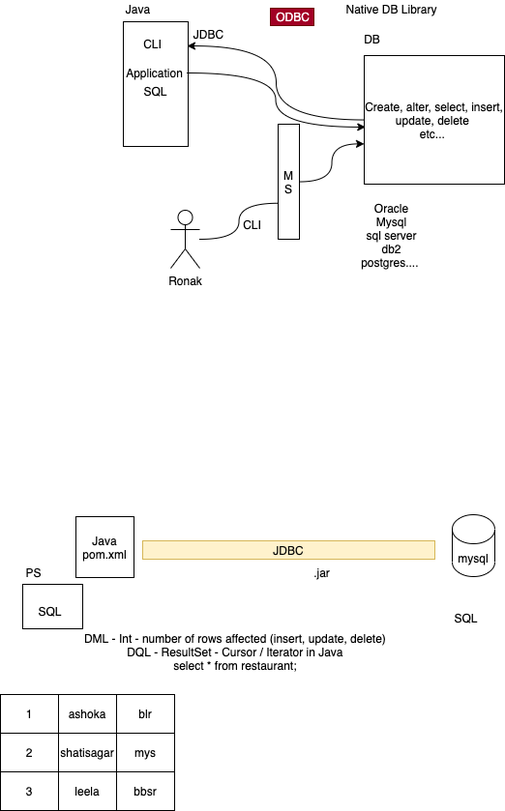
Above: images/day10.drawio.png in adithnaveen/sapient-freshers-aem-oct-2021 (draw.io), before the change. Source tidied: cells renumbered, new cells last; positions are measured from the earlier drawing's top-left corner, leaving out a move shared by most shapes.
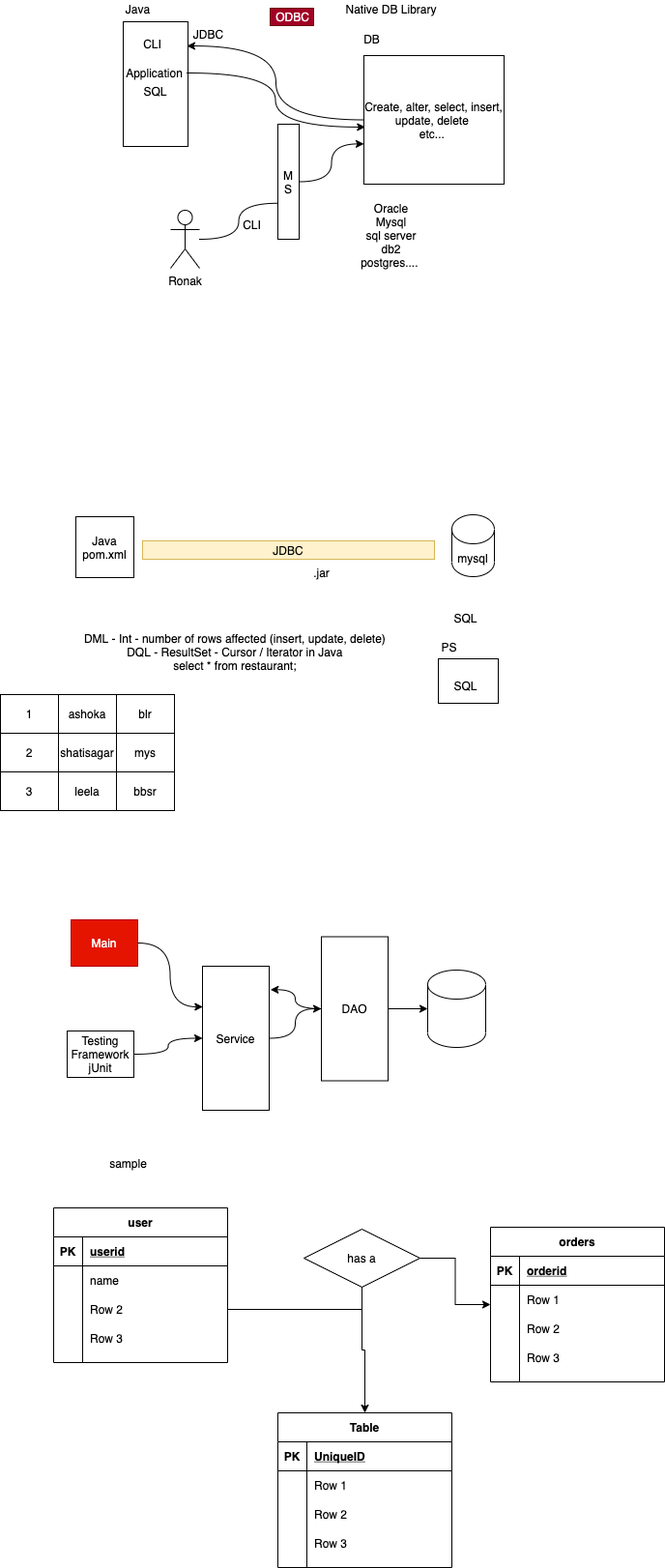
The same file after the commit.

Diff of the diagram source:
```diff
@@ -69,13 +69,13 @@
       <mxGeometry x="464" y="630" width="34" height="18" as="geometry" />
     </mxCell>
     <mxCell id="24" style="rounded=0;whiteSpace=wrap;html=1;" parent="1" vertex="1">
-      <mxGeometry x="23" y="604" width="62" height="46" as="geometry" />
+      <mxGeometry x="453" y="681" width="62" height="46" as="geometry" />
     </mxCell>
     <mxCell id="25" value="PS" style="text;html=1;align=center;verticalAlign=middle;strokeColor=none;" parent="1" vertex="1">
-      <mxGeometry x="21" y="583" width="26" height="18" as="geometry" />
+      <mxGeometry x="451" y="660" width="26" height="18" as="geometry" />
     </mxCell>
     <mxCell id="26" value="SQL" style="text;html=1;align=center;verticalAlign=middle;strokeColor=none;" parent="1" vertex="1">
-      <mxGeometry x="34" y="622.5" width="34" height="18" as="geometry" />
+      <mxGeometry x="464" y="699.5" width="34" height="18" as="geometry" />
     </mxCell>
     <mxCell id="27" value="DML - Int - number of rows affected (insert, update, delete)&amp;nbsp;&lt;br&gt;DQL - ResultSet - Cursor / Iterator in Java&amp;nbsp;&lt;br&gt;select * from restaurant;&amp;nbsp;" style="text;html=1;align=center;verticalAlign=middle;strokeColor=none;" parent="1" vertex="1">
       <mxGeometry x="81" y="651" width="325" height="46" as="geometry" />
@@ -119,5 +119,167 @@
     <mxCell id="40" value="bbsr" style="shape=partialRectangle;html=1;whiteSpace=wrap;fillColor=none;top=0;left=0;bottom=0;right=0;overflow=hidden;" parent="37" vertex="1">
       <mxGeometry x="120" width="60" height="40" as="geometry" />
     </mxCell>
+    <mxCell id="41" style="shape=cylinder3;whiteSpace=wrap;html=1;boundedLbl=1;backgroundOutline=1;size=15;" parent="1" vertex="1">
+      <mxGeometry x="442" y="1003" width="60" height="80" as="geometry" />
+    </mxCell>
+    <mxCell id="42" style="edgeStyle=orthogonalEdgeStyle;curved=1;rounded=0;jettySize=auto;html=1;entryX=1.019;entryY=0.163;entryDx=0;entryDy=0;entryPerimeter=0;" parent="1" edge="1" source="44" target="46">
+      <mxGeometry relative="1" as="geometry" />
+    </mxCell>
+    <mxCell id="43" style="edgeStyle=orthogonalEdgeStyle;curved=1;rounded=0;jettySize=auto;html=1;" parent="1" edge="1" source="44" target="41">
+      <mxGeometry relative="1" as="geometry" />
+    </mxCell>
+    <mxCell id="44" value="DAO" style="rounded=0;whiteSpace=wrap;html=1;" parent="1" vertex="1">
+      <mxGeometry x="332" y="968.5" width="69" height="149" as="geometry" />
+    </mxCell>
+    <mxCell id="45" style="edgeStyle=orthogonalEdgeStyle;curved=1;rounded=0;jettySize=auto;html=1;" parent="1" edge="1" source="46" target="44">
+      <mxGeometry relative="1" as="geometry" />
+    </mxCell>
+    <mxCell id="46" value="Service" style="rounded=0;whiteSpace=wrap;html=1;" parent="1" vertex="1">
+      <mxGeometry x="209" y="999" width="69" height="149" as="geometry" />
+    </mxCell>
+    <mxCell id="47" style="edgeStyle=orthogonalEdgeStyle;curved=1;rounded=0;jettySize=auto;html=1;entryX=0.005;entryY=0.282;entryDx=0;entryDy=0;entryPerimeter=0;" parent="1" edge="1" source="48" target="46">
+      <mxGeometry relative="1" as="geometry" />
+    </mxCell>
+    <mxCell id="48" value="Main" style="rounded=0;whiteSpace=wrap;html=1;fillColor=#e51400;strokeColor=#B20000;fontColor=#ffffff;" parent="1" vertex="1">
+      <mxGeometry x="73" y="951" width="69" height="48" as="geometry" />
+    </mxCell>
+    <mxCell id="49" style="edgeStyle=orthogonalEdgeStyle;curved=1;rounded=0;jettySize=auto;html=1;" parent="1" edge="1" source="50" target="46">
+      <mxGeometry relative="1" as="geometry" />
+    </mxCell>
+    <mxCell id="50" value="Testing Framework&lt;br&gt;jUnit" style="rounded=0;whiteSpace=wrap;html=1;" parent="1" vertex="1">
+      <mxGeometry x="69" y="1066" width="69" height="48" as="geometry" />
+    </mxCell>
+    <mxCell id="51" value="user" style="shape=table;startSize=30;rowLines=0;fontStyle=1;align=center;" parent="1" vertex="1">
+      <mxGeometry x="55" y="1249" width="180" height="160" as="geometry" />
+    </mxCell>
+    <mxCell id="52" style="shape=partialRectangle;fillColor=none;top=0;left=0;bottom=1;right=0;" parent="51" vertex="1">
+      <mxGeometry y="30" width="180" height="30" as="geometry" />
+    </mxCell>
+    <mxCell id="53" value="PK" style="shape=partialRectangle;fillColor=none;top=0;left=0;bottom=0;right=0;fontStyle=1;overflow=hidden;" parent="52" vertex="1">
+      <mxGeometry width="30" height="30" as="geometry" />
+    </mxCell>
+    <mxCell id="54" value="userid" style="shape=partialRectangle;fillColor=none;top=0;left=0;bottom=0;right=0;align=left;spacingLeft=6;fontStyle=5;overflow=hidden;" parent="52" vertex="1">
+      <mxGeometry x="30" width="150" height="30" as="geometry" />
+    </mxCell>
+    <mxCell id="55" style="shape=partialRectangle;fillColor=none;top=0;left=0;bottom=0;right=0;" parent="51" vertex="1">
+      <mxGeometry y="60" width="180" height="30" as="geometry" />
+    </mxCell>
+    <mxCell id="56" style="shape=partialRectangle;fillColor=none;top=0;left=0;bottom=0;right=0;overflow=hidden;" parent="55" vertex="1">
+      <mxGeometry width="30" height="30" as="geometry" />
+    </mxCell>
+    <mxCell id="57" value="name" style="shape=partialRectangle;fillColor=none;top=0;left=0;bottom=0;right=0;align=left;spacingLeft=6;overflow=hidden;" parent="55" vertex="1">
+      <mxGeometry x="30" width="150" height="30" as="geometry" />
+    </mxCell>
+    <mxCell id="58" style="shape=partialRectangle;fillColor=none;top=0;left=0;bottom=0;right=0;points=[[0,0.5],[1,0.5]];portConstraint=eastwest;" parent="51" vertex="1">
+      <mxGeometry y="90" width="180" height="30" as="geometry" />
+    </mxCell>
+    <mxCell id="59" style="shape=partialRectangle;fillColor=none;top=0;left=0;bottom=0;right=0;overflow=hidden;" parent="58" vertex="1">
+      <mxGeometry width="30" height="30" as="geometry" />
+    </mxCell>
+    <mxCell id="60" value="Row 2" style="shape=partialRectangle;fillColor=none;top=0;left=0;bottom=0;right=0;align=left;spacingLeft=6;overflow=hidden;" parent="58" vertex="1">
+      <mxGeometry x="30" width="150" height="30" as="geometry" />
+    </mxCell>
+    <mxCell id="61" style="shape=partialRectangle;fillColor=none;top=0;left=0;bottom=0;right=0;" parent="51" vertex="1">
+      <mxGeometry y="120" width="180" height="30" as="geometry" />
+    </mxCell>
+    <mxCell id="62" style="shape=partialRectangle;fillColor=none;top=0;left=0;bottom=0;right=0;overflow=hidden;" parent="61" vertex="1">
+      <mxGeometry width="30" height="30" as="geometry" />
+    </mxCell>
+    <mxCell id="63" value="Row 3" style="shape=partialRectangle;fillColor=none;top=0;left=0;bottom=0;right=0;align=left;spacingLeft=6;overflow=hidden;" parent="61" vertex="1">
+      <mxGeometry x="30" width="150" height="30" as="geometry" />
+    </mxCell>
+    <mxCell id="64" style="edgeStyle=orthogonalEdgeStyle;rounded=0;jettySize=auto;html=1;startArrow=none;" parent="1" edge="1" source="79" target="65">
+      <mxGeometry relative="1" as="geometry" />
+    </mxCell>
+    <mxCell id="65" value="orders" style="shape=table;startSize=30;rowLines=0;fontStyle=1;align=center;" parent="1" vertex="1">
+      <mxGeometry x="507" y="1269" width="180" height="160" as="geometry" />
+    </mxCell>
+    <mxCell id="66" style="shape=partialRectangle;fillColor=none;top=0;left=0;bottom=1;right=0;" parent="65" vertex="1">
+      <mxGeometry y="30" width="180" height="30" as="geometry" />
+    </mxCell>
+    <mxCell id="67" value="PK" style="shape=partialRectangle;fillColor=none;top=0;left=0;bottom=0;right=0;fontStyle=1;overflow=hidden;" parent="66" vertex="1">
+      <mxGeometry width="30" height="30" as="geometry" />
+    </mxCell>
+    <mxCell id="68" value="orderid" style="shape=partialRectangle;fillColor=none;top=0;left=0;bottom=0;right=0;align=left;spacingLeft=6;fontStyle=5;overflow=hidden;" parent="66" vertex="1">
+      <mxGeometry x="30" width="150" height="30" as="geometry" />
+    </mxCell>
+    <mxCell id="69" style="shape=partialRectangle;fillColor=none;top=0;left=0;bottom=0;right=0;" parent="65" vertex="1">
+      <mxGeometry y="60" width="180" height="30" as="geometry" />
+    </mxCell>
+    <mxCell id="70" style="shape=partialRectangle;fillColor=none;top=0;left=0;bottom=0;right=0;overflow=hidden;" parent="69" vertex="1">
+      <mxGeometry width="30" height="30" as="geometry" />
+    </mxCell>
+    <mxCell id="71" value="Row 1" style="shape=partialRectangle;fillColor=none;top=0;left=0;bottom=0;right=0;align=left;spacingLeft=6;overflow=hidden;" parent="69" vertex="1">
+      <mxGeometry x="30" width="150" height="30" as="geometry" />
+    </mxCell>
+    <mxCell id="72" style="shape=partialRectangle;fillColor=none;top=0;left=0;bottom=0;right=0;" parent="65" vertex="1">
+      <mxGeometry y="90" width="180" height="30" as="geometry" />
+    </mxCell>
+    <mxCell id="73" style="shape=partialRectangle;fillColor=none;top=0;left=0;bottom=0;right=0;overflow=hidden;" parent="72" vertex="1">
+      <mxGeometry width="30" height="30" as="geometry" />
+    </mxCell>
+    <mxCell id="74" value="Row 2" style="shape=partialRectangle;fillColor=none;top=0;left=0;bottom=0;right=0;align=left;spacingLeft=6;overflow=hidden;" parent="72" vertex="1">
+      <mxGeometry x="30" width="150" height="30" as="geometry" />
+    </mxCell>
+    <mxCell id="75" style="shape=partialRectangle;fillColor=none;top=0;left=0;bottom=0;right=0;" parent="65" vertex="1">
+      <mxGeometry y="120" width="180" height="30" as="geometry" />
+    </mxCell>
+    <mxCell id="76" style="shape=partialRectangle;fillColor=none;top=0;left=0;bottom=0;right=0;overflow=hidden;" parent="75" vertex="1">
+      <mxGeometry width="30" height="30" as="geometry" />
+    </mxCell>
+    <mxCell id="77" value="Row 3" style="shape=partialRectangle;fillColor=none;top=0;left=0;bottom=0;right=0;align=left;spacingLeft=6;overflow=hidden;" parent="75" vertex="1">
+      <mxGeometry x="30" width="150" height="30" as="geometry" />
+    </mxCell>
+    <mxCell id="78" style="edgeStyle=orthogonalEdgeStyle;rounded=0;jettySize=auto;html=1;" parent="1" edge="1" source="79" target="81">
+      <mxGeometry relative="1" as="geometry" />
+    </mxCell>
+    <mxCell id="79" value="has a" style="shape=rhombus;perimeter=rhombusPerimeter;whiteSpace=wrap;html=1;align=center;" parent="1" vertex="1">
+      <mxGeometry x="314" y="1271" width="120" height="60" as="geometry" />
+    </mxCell>
+    <mxCell id="80" style="edgeStyle=orthogonalEdgeStyle;rounded=0;jettySize=auto;html=1;endArrow=none;" parent="1" edge="1" source="58" target="79">
+      <mxGeometry relative="1" as="geometry" />
+    </mxCell>
+    <mxCell id="81" value="Table" style="shape=table;startSize=30;rowLines=0;fontStyle=1;align=center;" parent="1" vertex="1">
+      <mxGeometry x="287" y="1461" width="180" height="160" as="geometry" />
+    </mxCell>
+    <mxCell id="82" style="shape=partialRectangle;fillColor=none;top=0;left=0;bottom=1;right=0;" parent="81" vertex="1">
+      <mxGeometry y="30" width="180" height="30" as="geometry" />
+    </mxCell>
+    <mxCell id="83" value="PK" style="shape=partialRectangle;fillColor=none;top=0;left=0;bottom=0;right=0;fontStyle=1;overflow=hidden;" parent="82" vertex="1">
+      <mxGeometry width="30" height="30" as="geometry" />
+    </mxCell>
+    <mxCell id="84" value="UniqueID" style="shape=partialRectangle;fillColor=none;top=0;left=0;bottom=0;right=0;align=left;spacingLeft=6;fontStyle=5;overflow=hidden;" parent="82" vertex="1">
+      <mxGeometry x="30" width="150" height="30" as="geometry" />
+    </mxCell>
+    <mxCell id="85" style="shape=partialRectangle;fillColor=none;top=0;left=0;bottom=0;right=0;" parent="81" vertex="1">
+      <mxGeometry y="60" width="180" height="30" as="geometry" />
+    </mxCell>
+    <mxCell id="86" style="shape=partialRectangle;fillColor=none;top=0;left=0;bottom=0;right=0;overflow=hidden;" parent="85" vertex="1">
+      <mxGeometry width="30" height="30" as="geometry" />
+    </mxCell>
+    <mxCell id="87" value="Row 1" style="shape=partialRectangle;fillColor=none;top=0;left=0;bottom=0;right=0;align=left;spacingLeft=6;overflow=hidden;" parent="85" vertex="1">
+      <mxGeometry x="30" width="150" height="30" as="geometry" />
+    </mxCell>
+    <mxCell id="88" style="shape=partialRectangle;fillColor=none;top=0;left=0;bottom=0;right=0;" parent="81" vertex="1">
+      <mxGeometry y="90" width="180" height="30" as="geometry" />
+    </mxCell>
+    <mxCell id="89" style="shape=partialRectangle;fillColor=none;top=0;left=0;bottom=0;right=0;overflow=hidden;" parent="88" vertex="1">
+      <mxGeometry width="30" height="30" as="geometry" />
+    </mxCell>
+    <mxCell id="90" value="Row 2" style="shape=partialRectangle;fillColor=none;top=0;left=0;bottom=0;right=0;align=left;spacingLeft=6;overflow=hidden;" parent="88" vertex="1">
+      <mxGeometry x="30" width="150" height="30" as="geometry" />
+    </mxCell>
+    <mxCell id="91" style="shape=partialRectangle;fillColor=none;top=0;left=0;bottom=0;right=0;" parent="81" vertex="1">
+      <mxGeometry y="120" width="180" height="30" as="geometry" />
+    </mxCell>
+    <mxCell id="92" style="shape=partialRectangle;fillColor=none;top=0;left=0;bottom=0;right=0;overflow=hidden;" parent="91" vertex="1">
+      <mxGeometry width="30" height="30" as="geometry" />
+    </mxCell>
+    <mxCell id="93" value="Row 3" style="shape=partialRectangle;fillColor=none;top=0;left=0;bottom=0;right=0;align=left;spacingLeft=6;overflow=hidden;" parent="91" vertex="1">
+      <mxGeometry x="30" width="150" height="30" as="geometry" />
+    </mxCell>
+    <mxCell id="94" value="sample" style="text;html=1;align=center;verticalAlign=middle;strokeColor=none;" parent="1" vertex="1">
+      <mxGeometry x="107" y="1194" width="49" height="18" as="geometry" />
+    </mxCell>
   </root>
 </mxGraphModel>
```
